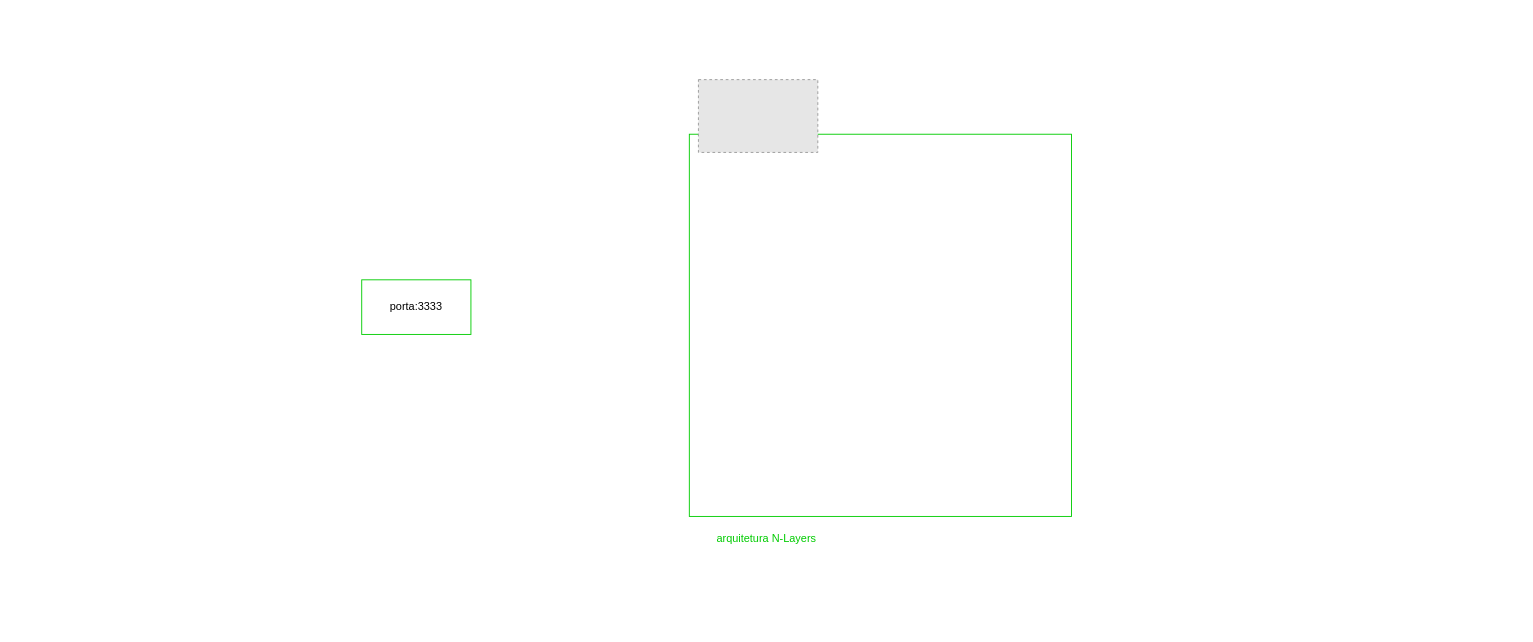
Before: docs/arch.drawio in jessemp3/api-champions, a draw.io diagram. Source tidied: cells renumbered, new cells numbered last; positions are measured from the earlier drawing's top-left corner, leaving out a move shared by most shapes. Both pictures are drawn from the tidied source at 91%, with x=0, y=0 at pixel (361, 79). Pictures stored in the file or linked from it are replaced by grey dashed boxes.
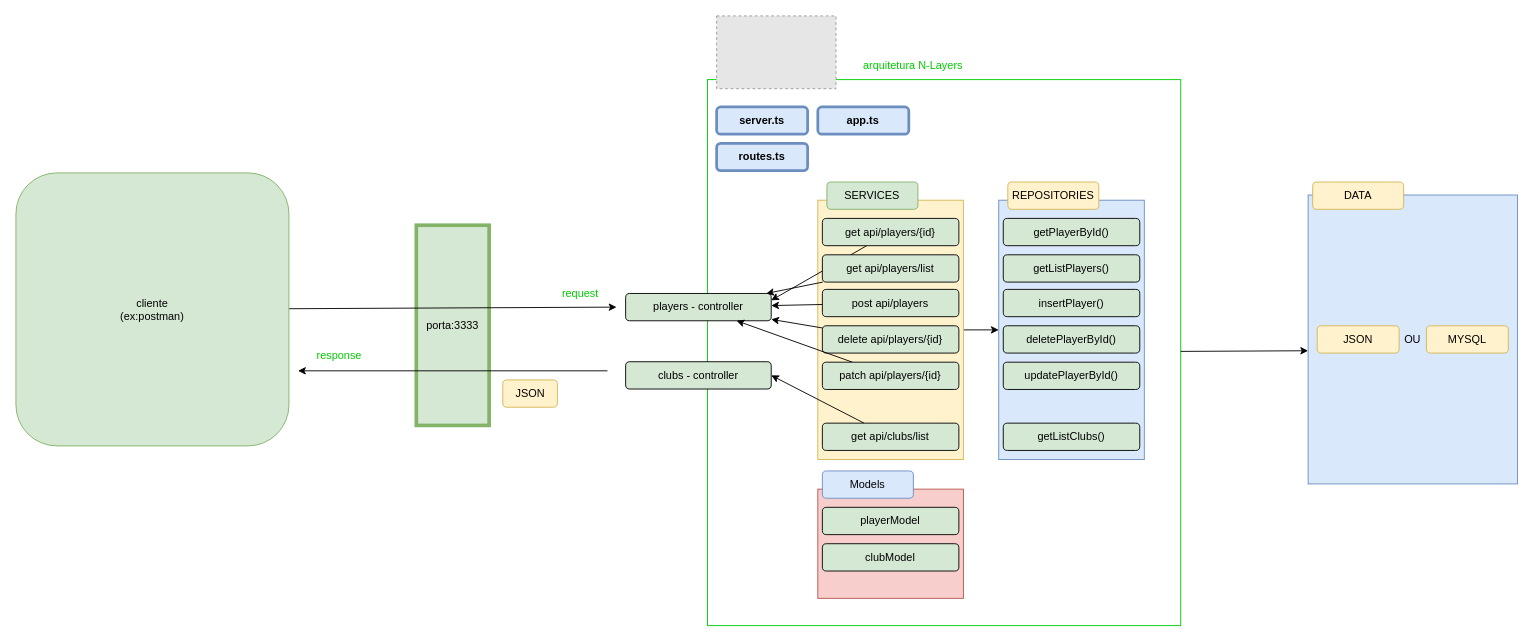
The same diagram, later.

Diff of the diagram source:
```diff
@@
-    <mxCell id="2" style="whiteSpace=wrap;html=1;strokeColor=#00CC00;" parent="1" vertex="1">
-      <mxGeometry x="360" y="60" width="420" height="420" as="geometry" />
+    <mxCell id="2" style="whiteSpace=wrap;html=1;strokeColor=#00CC00;rotation=0;" parent="1" vertex="1">
+      <mxGeometry x="380" width="520" height="600" as="geometry" />
     </mxCell>
     <mxCell id="3" style="fillColor=#E6E6E6;strokeColor=#999999;dashed=1;verticalLabelPosition=bottom;labelBackgroundColor=default;verticalAlign=top;" parent="1" vertex="1">
-      <mxGeometry x="370" width="131.2" height="80" as="geometry" />
+      <mxGeometry x="390" y="-70" width="131.2" height="80" as="geometry" />
     </mxCell>
     <mxCell id="4" value="arquitetura N-Layers" style="text;align=center;html=1;verticalAlign=middle;whiteSpace=wrap;rounded=0;fontColor=#00CC00;" parent="1" vertex="1">
-      <mxGeometry x="360" y="490" width="170" height="30" as="geometry" />
+      <mxGeometry x="521.2" y="-30" width="170" height="30" as="geometry" />
     </mxCell>
-    <mxCell id="5" value="porta:3333" style="rounded=0;whiteSpace=wrap;html=1;strokeColor=#00CC00;" parent="1" vertex="1">
-      <mxGeometry y="220" width="120" height="60" as="geometry" />
+    <mxCell id="5" value="porta:3333" style="rounded=0;whiteSpace=wrap;html=1;strokeColor=#82b366;fillColor=#d5e8d4;strokeWidth=4;" parent="1" vertex="1">
+      <mxGeometry x="60" y="160" width="80" height="220" as="geometry" />
     </mxCell>
+    <mxCell id="6" value="players - controller" style="rounded=1;whiteSpace=wrap;html=1;fillColor=#d5e8d4;strokeColor=#000000;" parent="1" vertex="1">
+      <mxGeometry x="290" y="235" width="160" height="30" as="geometry" />
+    </mxCell>
+    <mxCell id="7" style="edgeStyle=none;html=1;fontColor=#00CC00;" parent="1" edge="1">
+      <mxGeometry relative="1" as="geometry">
+        <mxPoint x="270" y="320" as="sourcePoint" />
+        <mxPoint x="-70" y="320" as="targetPoint" />
+      </mxGeometry>
+    </mxCell>
+    <mxCell id="8" value="clubs - controller" style="rounded=1;whiteSpace=wrap;html=1;fillColor=#d5e8d4;strokeColor=#000000;" parent="1" vertex="1">
+      <mxGeometry x="290" y="310" width="160" height="30" as="geometry" />
+    </mxCell>
+    <mxCell id="9" style="edgeStyle=none;html=1;fontColor=#00CC00;" parent="1" edge="1" source="10">
+      <mxGeometry relative="1" as="geometry">
+        <mxPoint x="280" y="250" as="targetPoint" />
+      </mxGeometry>
+    </mxCell>
+    <mxCell id="10" value="cliente&lt;div&gt;(ex:postman)&lt;/div&gt;" style="whiteSpace=wrap;html=1;fillColor=#d5e8d4;strokeColor=#82b366;rounded=1;" parent="1" vertex="1">
+      <mxGeometry x="-380" y="102.5" width="300" height="300" as="geometry" />
+    </mxCell>
+    <mxCell id="11" value="request" style="text;html=1;align=center;verticalAlign=middle;strokeColor=none;fillColor=none;fontColor=#00CC00;" parent="1" vertex="1">
+      <mxGeometry x="210" y="220" width="60" height="30" as="geometry" />
+    </mxCell>
+    <mxCell id="12" value="response" style="text;html=1;align=center;verticalAlign=middle;strokeColor=none;fillColor=none;fontColor=#00CC00;" parent="1" vertex="1">
+      <mxGeometry x="-60" y="288" width="70" height="30" as="geometry" />
+    </mxCell>
+    <mxCell id="13" value="JSON" style="text;html=1;align=center;verticalAlign=middle;strokeColor=#d6b656;fillColor=#fff2cc;rounded=1;" parent="1" vertex="1">
+      <mxGeometry x="155" y="330" width="60" height="30" as="geometry" />
+    </mxCell>
+    <mxCell id="14" style="edgeStyle=none;html=1;fontFamily=Helvetica;fontSize=12;fontColor=default;" parent="1" edge="1" source="15" target="29">
+      <mxGeometry relative="1" as="geometry" />
+    </mxCell>
+    <mxCell id="15" style="rounded=0;whiteSpace=wrap;html=1;fillColor=#fff2cc;strokeColor=#d6b656;" parent="1" vertex="1">
+      <mxGeometry x="501.2" y="132.5" width="160" height="285" as="geometry" />
+    </mxCell>
+    <mxCell id="16" value="SERVICES" style="rounded=1;whiteSpace=wrap;html=1;fillColor=#d5e8d4;strokeColor=#82b366;" parent="1" vertex="1">
+      <mxGeometry x="511.2" y="112.5" width="100" height="30" as="geometry" />
+    </mxCell>
+    <mxCell id="17" style="edgeStyle=none;html=1;entryX=1;entryY=0.25;entryDx=0;entryDy=0;fontFamily=Helvetica;fontSize=12;fontColor=default;" parent="1" edge="1" source="18" target="6">
+      <mxGeometry relative="1" as="geometry" />
+    </mxCell>
+    <mxCell id="18" value="get api/players/{id}" style="rounded=1;whiteSpace=wrap;html=1;fillColor=#d5e8d4;strokeColor=#000000;" parent="1" vertex="1">
+      <mxGeometry x="506.2" y="152.5" width="150" height="30" as="geometry" />
+    </mxCell>
+    <mxCell id="19" style="edgeStyle=none;html=1;fontFamily=Helvetica;fontSize=12;fontColor=default;" parent="1" edge="1" source="20" target="6">
+      <mxGeometry relative="1" as="geometry" />
+    </mxCell>
+    <mxCell id="20" value="post api/players" style="rounded=1;whiteSpace=wrap;html=1;fillColor=#d5e8d4;strokeColor=#000000;" parent="1" vertex="1">
+      <mxGeometry x="506.2" y="230.5" width="150" height="30" as="geometry" />
+    </mxCell>
+    <mxCell id="21" style="edgeStyle=none;html=1;fontFamily=Helvetica;fontSize=12;fontColor=default;" parent="1" edge="1" source="22" target="6">
+      <mxGeometry relative="1" as="geometry" />
+    </mxCell>
+    <mxCell id="22" value="delete api/players/{id}" style="rounded=1;whiteSpace=wrap;html=1;fillColor=#d5e8d4;strokeColor=#000000;" parent="1" vertex="1">
+      <mxGeometry x="506.2" y="270.5" width="150" height="30" as="geometry" />
+    </mxCell>
+    <mxCell id="23" style="edgeStyle=none;html=1;fontFamily=Helvetica;fontSize=12;fontColor=default;" parent="1" edge="1" source="24" target="6">
+      <mxGeometry relative="1" as="geometry" />
+    </mxCell>
+    <mxCell id="24" value="patch api/players/{id}" style="rounded=1;whiteSpace=wrap;html=1;fillColor=#d5e8d4;strokeColor=#000000;" parent="1" vertex="1">
+      <mxGeometry x="506.2" y="310.5" width="150" height="30" as="geometry" />
+    </mxCell>
+    <mxCell id="25" style="edgeStyle=none;html=1;fontFamily=Helvetica;fontSize=12;fontColor=default;" parent="1" edge="1" source="26" target="6">
+      <mxGeometry relative="1" as="geometry" />
+    </mxCell>
+    <mxCell id="26" value="get api/players/list" style="rounded=1;whiteSpace=wrap;html=1;fillColor=#d5e8d4;strokeColor=#000000;" parent="1" vertex="1">
+      <mxGeometry x="506.2" y="192.5" width="150" height="30" as="geometry" />
+    </mxCell>
+    <mxCell id="27" style="edgeStyle=none;html=1;entryX=1;entryY=0.5;entryDx=0;entryDy=0;fontFamily=Helvetica;fontSize=12;fontColor=default;" parent="1" edge="1" source="28" target="8">
+      <mxGeometry relative="1" as="geometry" />
+    </mxCell>
+    <mxCell id="28" value="get api/clubs/list" style="rounded=1;whiteSpace=wrap;html=1;fillColor=#d5e8d4;strokeColor=#000000;" parent="1" vertex="1">
+      <mxGeometry x="506.2" y="377.5" width="150" height="30" as="geometry" />
+    </mxCell>
+    <mxCell id="29" style="rounded=0;whiteSpace=wrap;html=1;fillColor=#dae8fc;strokeColor=#6c8ebf;" parent="1" vertex="1">
+      <mxGeometry x="700" y="132.5" width="160" height="285" as="geometry" />
+    </mxCell>
+    <mxCell id="30" value="REPOSITORIES" style="rounded=1;whiteSpace=wrap;html=1;fillColor=#fff2cc;strokeColor=#d6b656;" parent="1" vertex="1">
+      <mxGeometry x="710" y="112.5" width="100" height="30" as="geometry" />
+    </mxCell>
+    <mxCell id="31" value="getPlayerById()" style="rounded=1;whiteSpace=wrap;html=1;fillColor=#d5e8d4;strokeColor=#000000;" parent="1" vertex="1">
+      <mxGeometry x="705" y="152.5" width="150" height="30" as="geometry" />
+    </mxCell>
+    <mxCell id="32" value="getListPlayers()" style="rounded=1;whiteSpace=wrap;html=1;fillColor=#d5e8d4;strokeColor=#000000;" parent="1" vertex="1">
+      <mxGeometry x="705" y="192.5" width="150" height="30" as="geometry" />
+    </mxCell>
+    <mxCell id="33" value="insertPlayer()" style="rounded=1;whiteSpace=wrap;html=1;fillColor=#d5e8d4;strokeColor=#000000;" parent="1" vertex="1">
+      <mxGeometry x="705" y="230.5" width="150" height="30" as="geometry" />
+    </mxCell>
+    <mxCell id="34" value="deletePlayerById()" style="rounded=1;whiteSpace=wrap;html=1;fillColor=#d5e8d4;strokeColor=#000000;" parent="1" vertex="1">
+      <mxGeometry x="705" y="270.5" width="150" height="30" as="geometry" />
+    </mxCell>
+    <mxCell id="35" value="updatePlayerById()" style="rounded=1;whiteSpace=wrap;html=1;fillColor=#d5e8d4;strokeColor=#000000;" parent="1" vertex="1">
+      <mxGeometry x="705" y="310.5" width="150" height="30" as="geometry" />
+    </mxCell>
+    <mxCell id="36" value="getListClubs()" style="rounded=1;whiteSpace=wrap;html=1;fillColor=#d5e8d4;strokeColor=#000000;" parent="1" vertex="1">
+      <mxGeometry x="705" y="377.5" width="150" height="30" as="geometry" />
+    </mxCell>
+    <mxCell id="37" value="server.ts" style="rounded=1;whiteSpace=wrap;html=1;fillColor=#dae8fc;strokeColor=#6c8ebf;fontStyle=1;strokeWidth=3;" parent="1" vertex="1">
+      <mxGeometry x="390" y="30" width="100" height="30" as="geometry" />
+    </mxCell>
+    <mxCell id="38" value="app.ts" style="rounded=1;whiteSpace=wrap;html=1;fillColor=#dae8fc;strokeColor=#6c8ebf;fontStyle=1;strokeWidth=3;" parent="1" vertex="1">
+      <mxGeometry x="501.2" y="30" width="100" height="30" as="geometry" />
+    </mxCell>
+    <mxCell id="39" value="routes.ts" style="rounded=1;whiteSpace=wrap;html=1;fillColor=#dae8fc;strokeColor=#6c8ebf;fontStyle=1;strokeWidth=3;" parent="1" vertex="1">
+      <mxGeometry x="390" y="70" width="100" height="30" as="geometry" />
+    </mxCell>
+    <mxCell id="40" style="rounded=0;whiteSpace=wrap;html=1;fillColor=#f8cecc;strokeColor=#b85450;" parent="1" vertex="1">
+      <mxGeometry x="501.2" y="450" width="160" height="120" as="geometry" />
+    </mxCell>
+    <mxCell id="41" value="Models" style="rounded=1;whiteSpace=wrap;html=1;fillColor=#dae8fc;strokeColor=#6c8ebf;" parent="1" vertex="1">
+      <mxGeometry x="506.2" y="430" width="100" height="30" as="geometry" />
+    </mxCell>
+    <mxCell id="42" value="playerModel" style="rounded=1;whiteSpace=wrap;html=1;fillColor=#d5e8d4;strokeColor=#000000;" parent="1" vertex="1">
+      <mxGeometry x="506.2" y="470" width="150" height="30" as="geometry" />
+    </mxCell>
+    <mxCell id="43" value="clubModel" style="rounded=1;whiteSpace=wrap;html=1;fillColor=#d5e8d4;strokeColor=#000000;" parent="1" vertex="1">
+      <mxGeometry x="506.2" y="510" width="150" height="30" as="geometry" />
+    </mxCell>
+    <mxCell id="44" value="OU" style="rounded=0;whiteSpace=wrap;html=1;strokeColor=#6c8ebf;align=center;verticalAlign=middle;fontFamily=Helvetica;fontSize=12;fillColor=#dae8fc;" parent="1" vertex="1">
+      <mxGeometry x="1040" y="126.8" width="230" height="317.5" as="geometry" />
+    </mxCell>
+    <mxCell id="45" value="DATA" style="rounded=1;whiteSpace=wrap;html=1;fillColor=#fff2cc;strokeColor=#d6b656;" parent="1" vertex="1">
+      <mxGeometry x="1045" y="112.5" width="100" height="30" as="geometry" />
+    </mxCell>
+    <mxCell id="46" value="JSON" style="rounded=1;whiteSpace=wrap;html=1;fillColor=#fff2cc;strokeColor=#d6b656;" parent="1" vertex="1">
+      <mxGeometry x="1050" y="270.5" width="90" height="30" as="geometry" />
+    </mxCell>
+    <mxCell id="47" value="MYSQL" style="rounded=1;whiteSpace=wrap;html=1;fillColor=#fff2cc;strokeColor=#d6b656;" parent="1" vertex="1">
+      <mxGeometry x="1170" y="270.5" width="90" height="30" as="geometry" />
+    </mxCell>
+    <mxCell id="48" style="edgeStyle=none;html=1;entryX=0;entryY=0.539;entryDx=0;entryDy=0;entryPerimeter=0;fontFamily=Helvetica;fontSize=12;fontColor=default;" parent="1" edge="1" source="2" target="44">
+      <mxGeometry relative="1" as="geometry" />
+    </mxCell>
```
